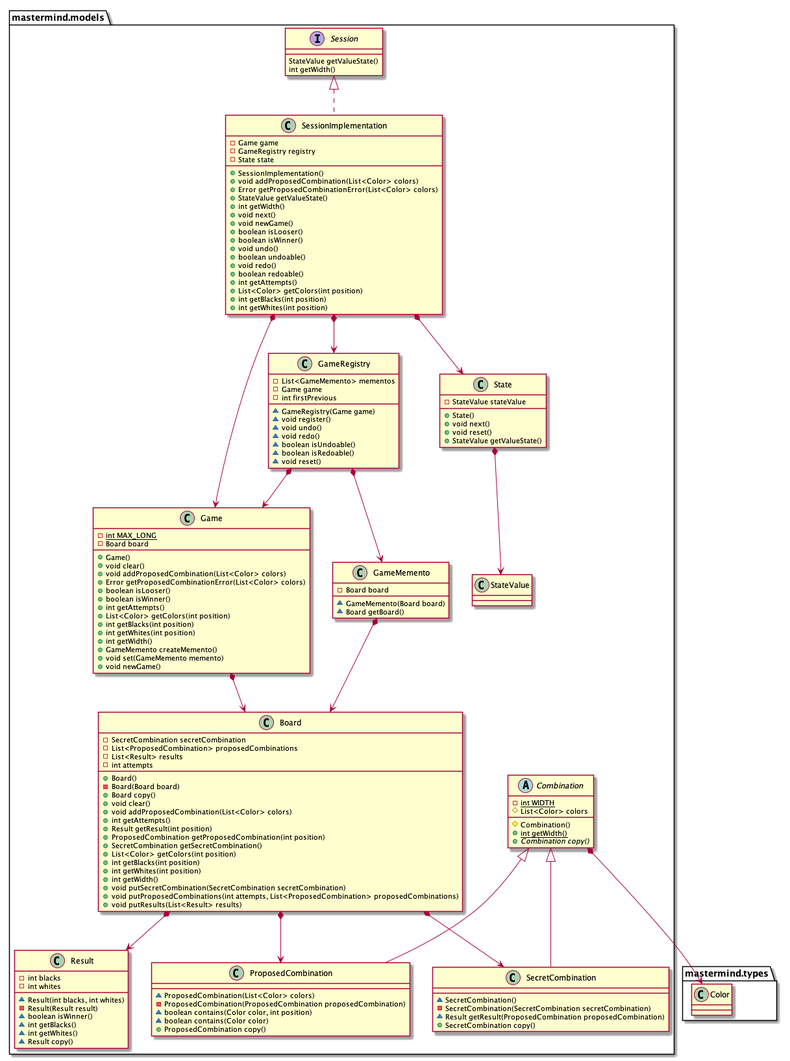
Above: docs/images/paqueteMastermindModels.png in jprieto92/mastermindClientServer (PlantUML), before the change. Its source is kept beside it as docs/sources/paqueteMastermindModels.iuml.
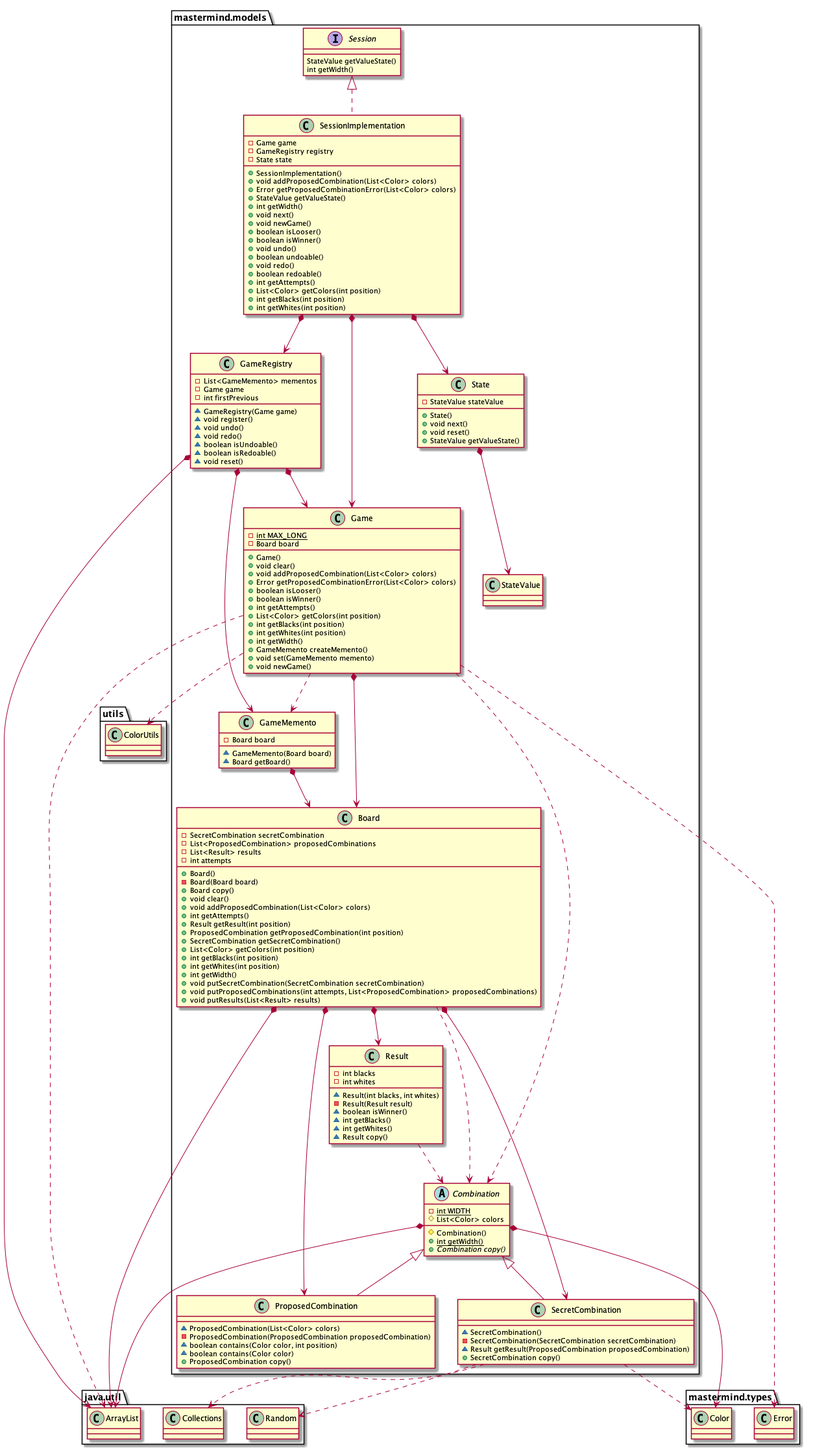
The same file after the commit.

Change to the diagram source:
```diff
@@ -25,6 +25,8 @@
 mastermind.models.Board *-down-> mastermind.models.SecretCombination
 mastermind.models.Board *-down-> mastermind.models.ProposedCombination
 mastermind.models.Board *-down-> mastermind.models.Result
+mastermind.models.Board *-down-> java.util.ArrayList
+mastermind.models.Board ..> mastermind.models.Combination
 
 abstract class mastermind.models.Combination [[java:jprieto.mastermind.models.Combination]] {
 	-{static}int WIDTH
@@ -34,6 +36,7 @@
 	+{abstract}Combination copy()
 }
 mastermind.models.Combination *-down-> mastermind.types.Color
+mastermind.models.Combination *-down-> java.util.ArrayList
 
 class mastermind.models.Game [[java:jprieto.mastermind.models.Game]] {
 	-{static}int MAX_LONG
@@ -54,6 +57,11 @@
 	+void newGame()
 }
 mastermind.models.Game *-down-> mastermind.models.Board
+mastermind.models.Game ..> mastermind.types.Error
+mastermind.models.Game ..> java.util.ArrayList
+mastermind.models.Game ..> mastermind.models.Combination
+mastermind.models.Game ..> utils.ColorUtils
+mastermind.models.Game ..> mastermind.models.GameMemento
 
 class mastermind.models.GameMemento [[java:jprieto.mastermind.models.GameMemento]] {
 	-Board board
@@ -76,6 +84,7 @@
 }
 mastermind.models.GameRegistry *-down-> mastermind.models.GameMemento
 mastermind.models.GameRegistry *-down-> mastermind.models.Game
+mastermind.models.GameRegistry *-down-> java.util.ArrayList
 
 class mastermind.models.ProposedCombination [[java:jprieto.mastermind.models.ProposedCombination]] {
 	~ProposedCombination(List<Color> colors)
@@ -96,6 +105,7 @@
 	~int getWhites()
 	~Result copy()
 }
+mastermind.models.Result ..> mastermind.models.Combination
 
 class mastermind.models.SecretCombination [[java:jprieto.mastermind.models.SecretCombination]] {
 	~SecretCombination()
@@ -104,6 +114,9 @@
 	+SecretCombination copy()
 }
 mastermind.models.Combination <|-- mastermind.models.SecretCombination
+mastermind.models.SecretCombination ..> mastermind.types.Color
+mastermind.models.SecretCombination ..> java.util.Collections
+mastermind.models.SecretCombination ..> java.util.Random
 
 interface mastermind.models.Session [[java:jprieto.mastermind.models.Session]] {
 	StateValue getValueState()
```
